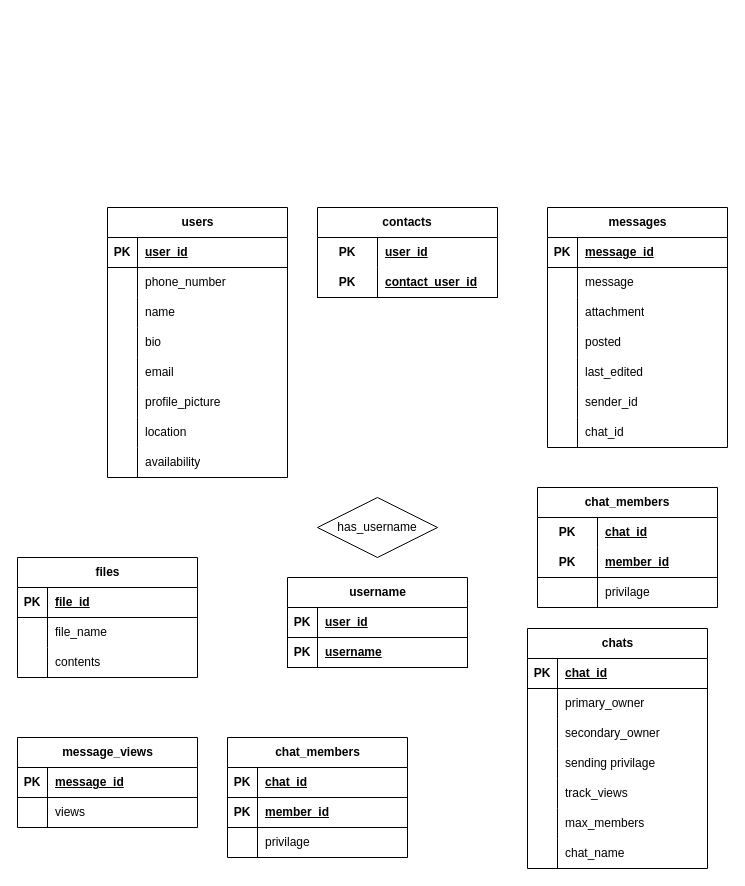
Earlier version of the draw.io diagram ER Diagram.drawio (ParkerTenBroeck/COSC_3P32). Source tidied: cells renumbered, new cells numbered last; positions are measured from the earlier drawing's top-left corner, leaving out a move shared by most shapes. Both pictures are drawn from the tidied source at 100%, with x=0, y=0 at pixel (17, 207).
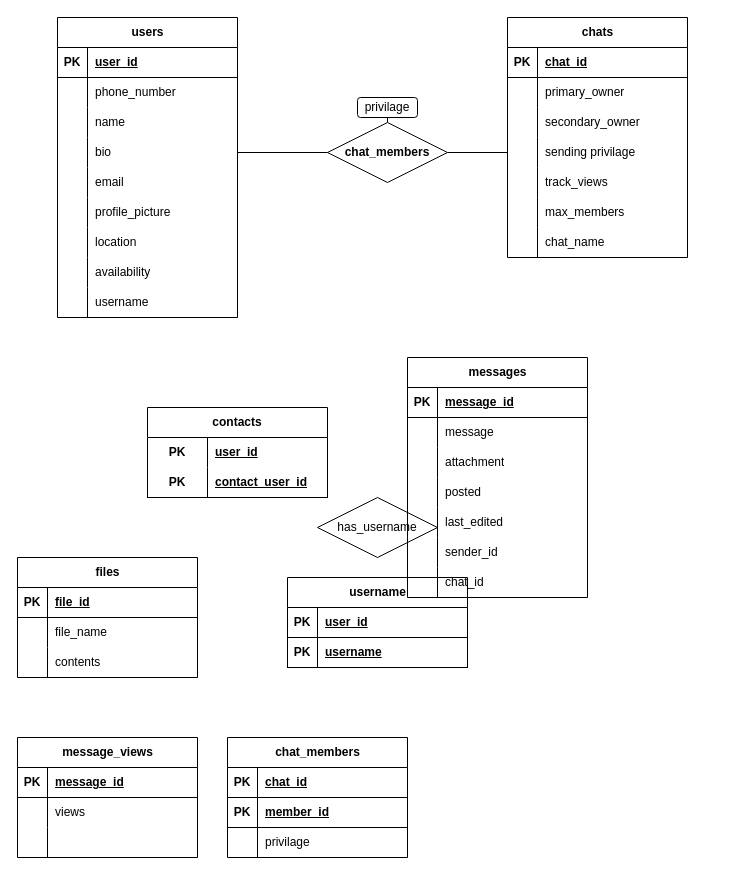
The same diagram, later.

Unchanged cells that the change refers to:
```xml
<mxCell id="12" style="shape=tableRow;horizontal=0;startSize=0;swimlaneHead=0;swimlaneBody=0;fillColor=none;points=[[0,0.5],[1,0.5]];portConstraint=eastwest;top=0;left=0;right=0;bottom=0;" parent="2" vertex="1">
  <mxGeometry y="120" width="180" height="30" as="geometry" />
</mxCell>
<mxCell id="94" style="shape=tableRow;horizontal=0;startSize=0;swimlaneHead=0;swimlaneBody=0;fillColor=none;points=[[0,0.5],[1,0.5]];portConstraint=eastwest;top=0;left=0;right=0;bottom=0;" parent="84" vertex="1">
  <mxGeometry y="120" width="180" height="30" as="geometry" />
</mxCell>
```

Diff of the diagram source:
```diff
@@
     <mxCell id="2" value="u&lt;span style=&quot;background-color: initial;&quot;&gt;sers&lt;/span&gt;" style="shape=table;startSize=30;childLayout=tableLayout;rowLines=0;fontStyle=1;align=center;html=1;" parent="1" vertex="1">
-      <mxGeometry x="90" width="180" height="270" as="geometry" />
+      <mxGeometry x="40" y="-190" width="180" height="300" as="geometry" />
     </mxCell>
@@
+    <mxCell id="123" style="shape=tableRow;horizontal=0;startSize=0;swimlaneHead=0;swimlaneBody=0;fillColor=none;top=0;left=0;right=0;bottom=0;" parent="2" vertex="1">
+      <mxGeometry y="270" width="180" height="30" as="geometry" />
+    </mxCell>
+    <mxCell id="124" style="shape=partialRectangle;fillColor=none;top=0;left=0;bottom=0;right=0;overflow=hidden;whiteSpace=wrap;html=1;" parent="123" vertex="1">
+      <mxGeometry width="30" height="30" as="geometry" />
+    </mxCell>
+    <mxCell id="125" value="username" style="shape=partialRectangle;fillColor=none;top=0;left=0;bottom=0;right=0;align=left;spacingLeft=6;overflow=hidden;whiteSpace=wrap;html=1;" parent="123" vertex="1">
+      <mxGeometry x="30" width="150" height="30" as="geometry" />
+    </mxCell>
@@
     <mxCell id="35" value="contacts" style="shape=table;startSize=30;childLayout=tableLayout;rowLines=0;fontStyle=1;align=center;html=1;whiteSpace=wrap;" parent="1" vertex="1">
-      <mxGeometry x="300" width="180" height="90" as="geometry" />
+      <mxGeometry x="130" y="200" width="180" height="90" as="geometry" />
     </mxCell>
@@
     <mxCell id="42" value="messages" style="shape=table;startSize=30;childLayout=tableLayout;rowLines=0;fontStyle=1;align=center;html=1;" parent="1" vertex="1">
-      <mxGeometry x="530" width="180" height="240" as="geometry" />
+      <mxGeometry x="390" y="150" width="180" height="240" as="geometry" />
     </mxCell>
@@
-    <mxCell id="64" value="chat_members" style="shape=table;startSize=30;childLayout=tableLayout;rowLines=0;fontStyle=1;align=center;html=1;whiteSpace=wrap;" parent="1" vertex="1">
-      <mxGeometry x="520" y="280" width="180" height="120" as="geometry" />
-    </mxCell>
-    <mxCell id="65" style="shape=tableRow;horizontal=0;startSize=0;swimlaneHead=0;swimlaneBody=0;fillColor=none;top=0;left=0;right=0;bottom=0;html=1;" parent="64" vertex="1">
-      <mxGeometry y="30" width="180" height="30" as="geometry" />
-    </mxCell>
-    <mxCell id="66" value="PK" style="shape=partialRectangle;fillColor=none;top=0;left=0;bottom=0;right=0;fontStyle=1;overflow=hidden;html=1;whiteSpace=wrap;" parent="65" vertex="1">
-      <mxGeometry width="60" height="30" as="geometry" />
-    </mxCell>
-    <mxCell id="67" value="chat_id" style="shape=partialRectangle;fillColor=none;top=0;left=0;bottom=0;right=0;align=left;spacingLeft=6;fontStyle=5;overflow=hidden;html=1;whiteSpace=wrap;" parent="65" vertex="1">
-      <mxGeometry x="60" width="120" height="30" as="geometry" />
-    </mxCell>
-    <mxCell id="68" style="shape=tableRow;horizontal=0;startSize=0;swimlaneHead=0;swimlaneBody=0;fillColor=none;top=0;left=0;right=0;bottom=1;html=1;" parent="64" vertex="1">
-      <mxGeometry y="60" width="180" height="30" as="geometry" />
-    </mxCell>
-    <mxCell id="69" value="PK" style="shape=partialRectangle;fillColor=none;top=0;left=0;bottom=0;right=0;fontStyle=1;overflow=hidden;html=1;whiteSpace=wrap;" parent="68" vertex="1">
-      <mxGeometry width="60" height="30" as="geometry" />
-    </mxCell>
-    <mxCell id="70" value="member_id" style="shape=partialRectangle;fillColor=none;top=0;left=0;bottom=0;right=0;align=left;spacingLeft=6;fontStyle=5;overflow=hidden;html=1;whiteSpace=wrap;" parent="68" vertex="1">
-      <mxGeometry x="60" width="120" height="30" as="geometry" />
-    </mxCell>
-    <mxCell id="71" style="shape=tableRow;horizontal=0;startSize=0;swimlaneHead=0;swimlaneBody=0;fillColor=none;top=0;left=0;right=0;bottom=0;html=1;" parent="64" vertex="1">
-      <mxGeometry y="90" width="180" height="30" as="geometry" />
-    </mxCell>
-    <mxCell id="72" style="shape=partialRectangle;fillColor=none;top=0;left=0;bottom=0;right=0;overflow=hidden;html=1;whiteSpace=wrap;" parent="71" vertex="1">
-      <mxGeometry width="60" height="30" as="geometry" />
-    </mxCell>
-    <mxCell id="73" value="privilage" style="shape=partialRectangle;fillColor=none;top=0;left=0;bottom=0;right=0;align=left;spacingLeft=6;overflow=hidden;html=1;whiteSpace=wrap;" parent="71" vertex="1">
-      <mxGeometry x="60" width="120" height="30" as="geometry" />
-    </mxCell>
@@
     <mxCell id="84" value="chats" style="shape=table;startSize=30;childLayout=tableLayout;rowLines=0;fontStyle=1;align=center;html=1;" parent="1" vertex="1">
-      <mxGeometry x="510" y="421" width="180" height="240" as="geometry" />
+      <mxGeometry x="490" y="-190" width="180" height="240" as="geometry" />
     </mxCell>
@@
     <mxCell id="116" value="message_views" style="shape=table;startSize=30;childLayout=tableLayout;rowLines=0;fontStyle=1;align=center;html=1;" parent="1" vertex="1">
-      <mxGeometry y="530" width="180" height="90" as="geometry" />
+      <mxGeometry y="530" width="180" height="120" as="geometry" />
     </mxCell>
@@
+    <mxCell id="126" style="shape=tableRow;horizontal=0;startSize=0;swimlaneHead=0;swimlaneBody=0;fillColor=none;top=0;left=0;right=0;bottom=0;" parent="116" vertex="1">
+      <mxGeometry y="90" width="180" height="30" as="geometry" />
+    </mxCell>
+    <mxCell id="127" style="shape=partialRectangle;fillColor=none;top=0;left=0;bottom=0;right=0;overflow=hidden;whiteSpace=wrap;html=1;" parent="126" vertex="1">
+      <mxGeometry width="30" height="30" as="geometry" />
+    </mxCell>
+    <mxCell id="128" style="shape=partialRectangle;fillColor=none;top=0;left=0;bottom=0;right=0;align=left;spacingLeft=6;overflow=hidden;whiteSpace=wrap;html=1;" parent="126" vertex="1">
+      <mxGeometry x="30" width="150" height="30" as="geometry" />
+    </mxCell>
+    <mxCell id="129" style="edgeStyle=orthogonalEdgeStyle;rounded=0;jettySize=auto;html=1;exitX=1;exitY=0.5;exitDx=0;exitDy=0;entryX=0;entryY=0.5;entryDx=0;entryDy=0;endArrow=none;endFill=0;" parent="1" edge="1" source="12" target="64">
+      <mxGeometry relative="1" as="geometry" />
+    </mxCell>
+    <mxCell id="130" style="edgeStyle=orthogonalEdgeStyle;rounded=0;jettySize=auto;html=1;exitX=1;exitY=0.5;exitDx=0;exitDy=0;entryX=0;entryY=0.5;entryDx=0;entryDy=0;endArrow=none;endFill=0;" parent="1" edge="1" source="64" target="94">
+      <mxGeometry relative="1" as="geometry" />
+    </mxCell>
+    <mxCell id="131" style="group;" parent="1" vertex="1">
+      <mxGeometry x="310" y="-110" width="120" height="85" as="geometry" />
+    </mxCell>
+    <mxCell id="64" value="&lt;span style=&quot;font-weight: 700;&quot;&gt;chat_members&lt;/span&gt;" style="shape=rhombus;perimeter=rhombusPerimeter;whiteSpace=wrap;html=1;align=center;" parent="131" vertex="1">
+      <mxGeometry y="25" width="120" height="60" as="geometry" />
+    </mxCell>
+    <mxCell id="73" value="&lt;span style=&quot;text-align: left;&quot;&gt;privilage&lt;/span&gt;" style="rounded=1;whiteSpace=wrap;html=1;" parent="131" vertex="1">
+      <mxGeometry x="30" width="60" height="20" as="geometry" />
+    </mxCell>
+    <mxCell id="132" style="edgeStyle=orthogonalEdgeStyle;rounded=0;jettySize=auto;html=1;exitX=0.5;exitY=0;exitDx=0;exitDy=0;entryX=0.5;entryY=1;entryDx=0;entryDy=0;endArrow=none;endFill=0;" parent="131" edge="1" source="64" target="73">
+      <mxGeometry relative="1" as="geometry" />
+    </mxCell>
```
